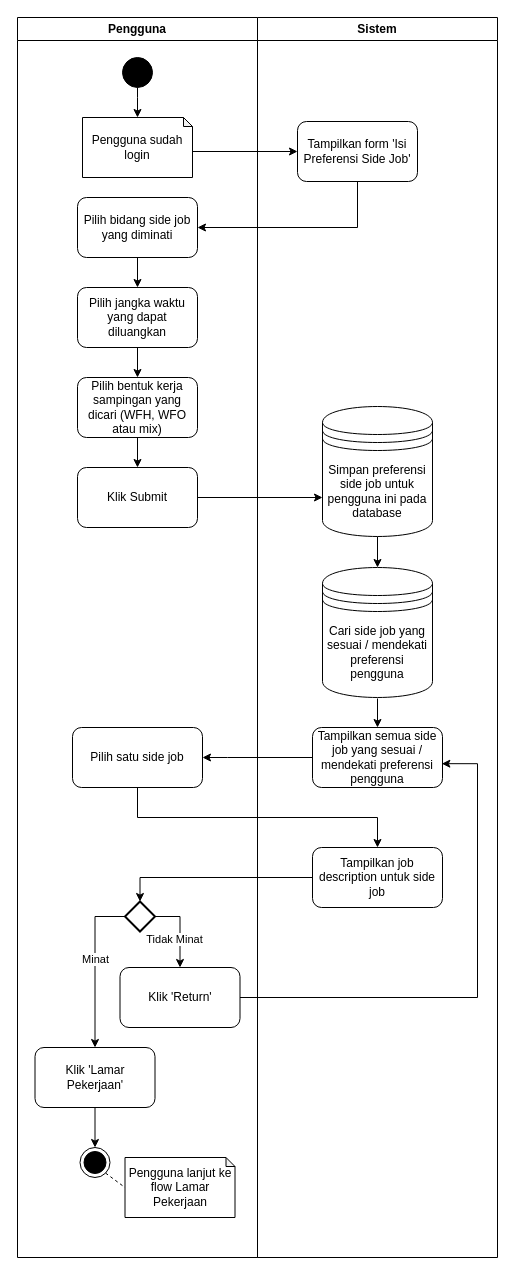
Before: page "Page-1" (3 of 5) of Untitled Diagram.drawio in alvina893/drafts--, a draw.io diagram. Source tidied: cells renumbered, new cells numbered last; positions are measured from the earlier drawing's top-left corner, leaving out a move shared by most shapes. Both pictures are drawn from the tidied source at 100%, with x=0, y=0 at pixel (17, 17).
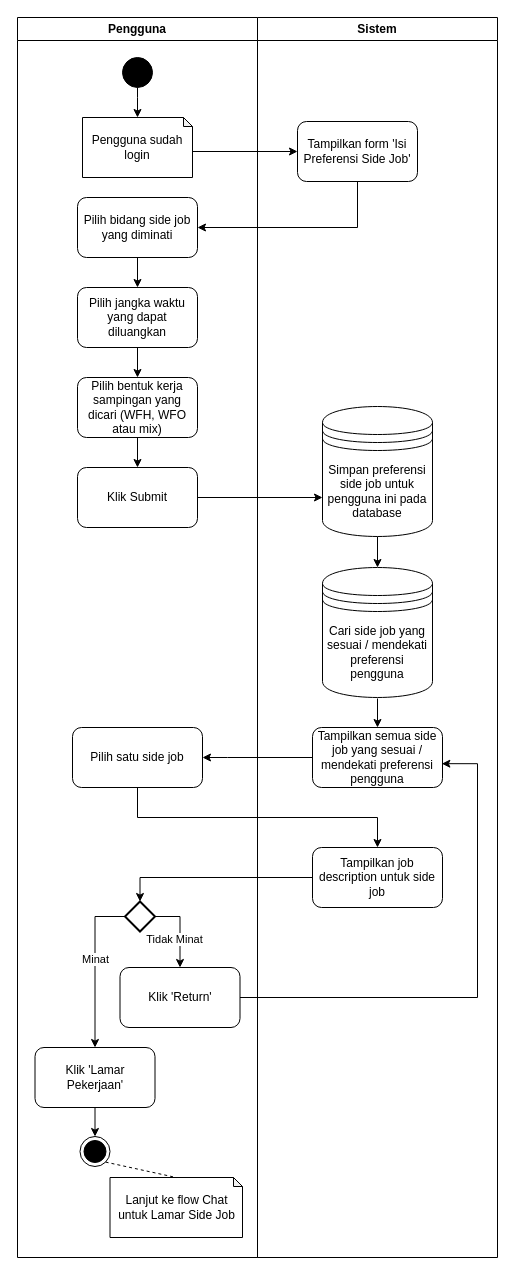
The same page after the edit.

The change refers to these unchanged cells:
```xml
<mxCell id="2" value="Pengguna" style="swimlane;whiteSpace=wrap;html=1;" parent="1" vertex="1">
  <mxGeometry width="240" height="1240" as="geometry" />
</mxCell>
```

The edit, as a diff of the source:
```diff
@@
     <mxCell id="19" style="ellipse;html=1;shape=endState;fillColor=strokeColor;" parent="2" vertex="1">
-      <mxGeometry x="62.5" y="1130" width="30" height="30" as="geometry" />
+      <mxGeometry x="62.5" y="1119" width="30" height="30" as="geometry" />
     </mxCell>
-    <mxCell id="20" value="Pengguna lanjut ke flow Lamar Pekerjaan" style="shape=note;whiteSpace=wrap;html=1;backgroundOutline=1;darkOpacity=0.05;size=9;" parent="2" vertex="1">
-      <mxGeometry x="107.5" y="1140" width="110" height="60" as="geometry" />
+    <mxCell id="20" value="Lanjut ke flow Chat untuk Lamar Side Job" style="shape=note;whiteSpace=wrap;html=1;backgroundOutline=1;darkOpacity=0.05;size=9;" parent="2" vertex="1">
+      <mxGeometry x="92.5" y="1160" width="132.5" height="60" as="geometry" />
     </mxCell>
-    <mxCell id="21" style="rounded=0;jettySize=auto;html=1;exitX=1;exitY=1;exitDx=0;exitDy=0;entryX=0;entryY=0.5;entryDx=0;entryDy=0;entryPerimeter=0;endArrow=none;startFill=0;dashed=1;" parent="2" edge="1" source="19" target="20">
+    <mxCell id="21" style="rounded=0;jettySize=auto;html=1;exitX=1;exitY=1;exitDx=0;exitDy=0;endArrow=none;startFill=0;dashed=1;entryX=0.5;entryY=0;entryDx=0;entryDy=0;entryPerimeter=0;" parent="2" edge="1" source="19" target="20">
       <mxGeometry relative="1" as="geometry" />
     </mxCell>
```
